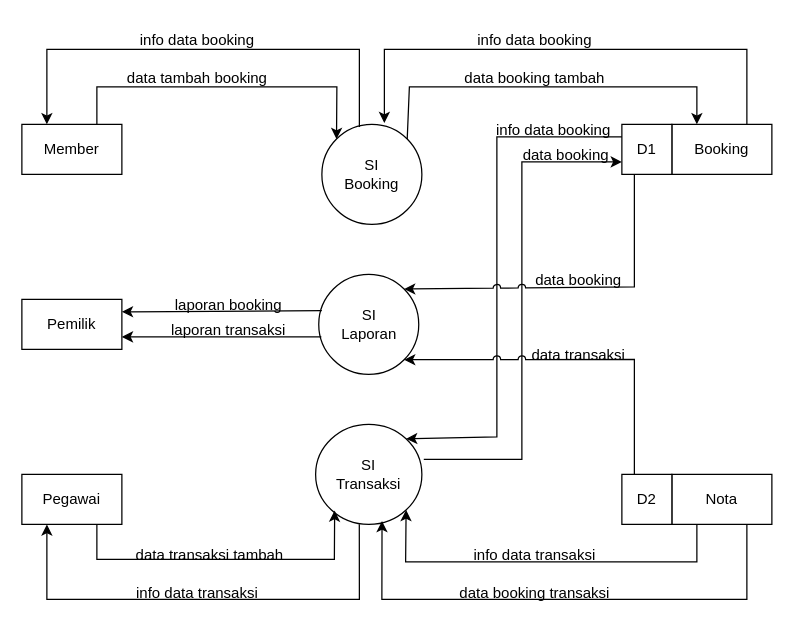
yogadwipayana/ERD keeps this draw.io diagram as page "level 0" (1 of 3) of BarbershopDFD 0.drawio. Above is the earlier version. Source tidied: cells renumbered, new cells numbered last; positions are measured from the earlier drawing's top-left corner, leaving out a move shared by most shapes. Both pictures are drawn from the tidied source at 125%, with x=0, y=0 at pixel (21, 21).
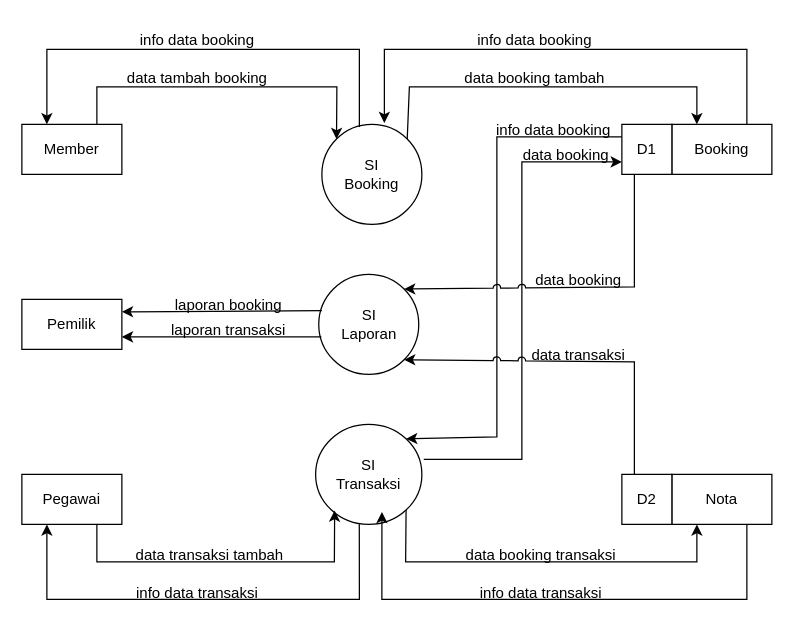
The same diagram, later.

Unchanged cells that the change refers to:
```xml
<mxCell id="2" value="Pegawai" style="rounded=0;whiteSpace=wrap;html=1;" parent="1" vertex="1">
  <mxGeometry y="362" width="80" height="40" as="geometry" />
</mxCell>
<mxCell id="5" value="SI&lt;div&gt;Laporan&lt;/div&gt;" style="ellipse;whiteSpace=wrap;html=1;" parent="1" vertex="1">
  <mxGeometry x="237.5" y="202" width="80" height="80" as="geometry" />
</mxCell>
<mxCell id="6" value="SI&lt;div&gt;Transaksi&lt;/div&gt;" style="ellipse;whiteSpace=wrap;html=1;" parent="1" vertex="1">
  <mxGeometry x="235" y="322" width="85" height="80" as="geometry" />
</mxCell>
<mxCell id="10" value="Nota" style="rounded=0;whiteSpace=wrap;html=1;" parent="1" vertex="1">
  <mxGeometry x="520" y="362" width="80" height="40" as="geometry" />
</mxCell>
<mxCell id="11" value="D2" style="rounded=0;whiteSpace=wrap;html=1;" parent="1" vertex="1">
  <mxGeometry x="480" y="362" width="40" height="40" as="geometry" />
</mxCell>
```

What changed in the source:
```diff
@@
     <mxCell id="24" style="endArrow=classic;html=1;rounded=0;exitX=0.75;exitY=1;exitDx=0;exitDy=0;entryX=0.179;entryY=0.862;entryDx=0;entryDy=0;entryPerimeter=0;" parent="1" edge="1" source="2" target="6">
       <mxGeometry relative="1" as="geometry">
         <Array as="points">
-          <mxPoint x="60" y="430" />
-          <mxPoint x="250" y="430" />
+          <mxPoint x="60" y="432" />
+          <mxPoint x="250" y="432" />
         </Array>
       </mxGeometry>
     </mxCell>
@@
     <mxCell id="30" style="endArrow=classic;html=1;rounded=0;entryX=1;entryY=1;entryDx=0;entryDy=0;exitX=0.25;exitY=0;exitDx=0;exitDy=0;jumpStyle=arc;" parent="1" edge="1" source="11" target="5">
       <mxGeometry relative="1" as="geometry">
         <Array as="points">
-          <mxPoint x="490" y="270" />
+          <mxPoint x="490" y="272" />
         </Array>
       </mxGeometry>
     </mxCell>
@@
-    <mxCell id="33" style="endArrow=classic;html=1;rounded=0;entryX=1;entryY=1;entryDx=0;entryDy=0;exitX=0.25;exitY=1;exitDx=0;exitDy=0;" parent="1" edge="1" source="10" target="6">
-      <mxGeometry relative="1" as="geometry">
-        <Array as="points">
-          <mxPoint x="540" y="432" />
-          <mxPoint x="307" y="432" />
-        </Array>
-      </mxGeometry>
-    </mxCell>
@@
-    <mxCell id="37" style="endArrow=classic;html=1;rounded=0;entryX=0.625;entryY=0.967;entryDx=0;entryDy=0;entryPerimeter=0;exitX=0.75;exitY=1;exitDx=0;exitDy=0;" parent="1" edge="1" source="10" target="6">
-      <mxGeometry relative="1" as="geometry">
-        <Array as="points">
-          <mxPoint x="580" y="462" />
-          <mxPoint x="288" y="462" />
-        </Array>
-      </mxGeometry>
-    </mxCell>
+    <mxCell id="40" style="endArrow=classic;html=1;rounded=0;exitX=1;exitY=1;exitDx=0;exitDy=0;entryX=0.25;entryY=1;entryDx=0;entryDy=0;" parent="1" edge="1" source="6" target="10">
+      <mxGeometry relative="1" as="geometry">
+        <Array as="points">
+          <mxPoint x="307" y="432" />
+          <mxPoint x="540" y="432" />
+        </Array>
+      </mxGeometry>
+    </mxCell>
+    <mxCell id="41" style="endArrow=classic;html=1;rounded=0;entryX=0.624;entryY=0.875;entryDx=0;entryDy=0;entryPerimeter=0;exitX=0.75;exitY=1;exitDx=0;exitDy=0;" parent="1" edge="1" source="10" target="6">
+      <mxGeometry relative="1" as="geometry">
+        <Array as="points">
+          <mxPoint x="580" y="462" />
+          <mxPoint x="288" y="462" />
+        </Array>
+      </mxGeometry>
+    </mxCell>
+    <mxCell id="39" value="info data transaksi" style="text;html=1;align=center;verticalAlign=middle;strokeColor=none;fillColor=none;" parent="1" vertex="1">
+      <mxGeometry x="355" y="442" width="120" height="30" as="geometry" />
+    </mxCell>
     <mxCell id="38" value="data booking transaksi" style="text;html=1;align=center;verticalAlign=middle;strokeColor=none;fillColor=none;" parent="1" vertex="1">
-      <mxGeometry x="340" y="442" width="140" height="30" as="geometry" />
+      <mxGeometry x="345" y="412" width="140" height="30" as="geometry" />
     </mxCell>
-    <mxCell id="39" value="info data transaksi" style="text;html=1;align=center;verticalAlign=middle;strokeColor=none;fillColor=none;" parent="1" vertex="1">
-      <mxGeometry x="350" y="412" width="120" height="30" as="geometry" />
-    </mxCell>
```
